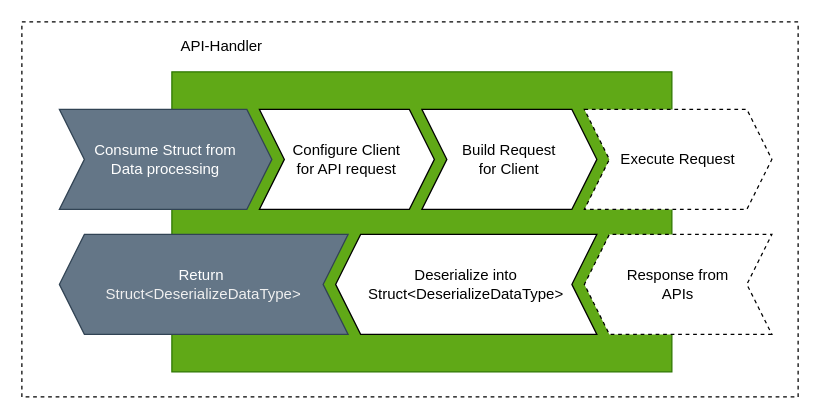
transparencies/transparencies-backend-rs keeps this draw.io diagram as docs/api-handler.drawio. Above is the earlier version. Source tidied: cells renumbered, new cells numbered last; positions are measured from the earlier drawing's top-left corner, leaving out a move shared by most shapes. Both pictures are drawn from the tidied source at 125%, with x=0, y=0 at pixel (21, 21).
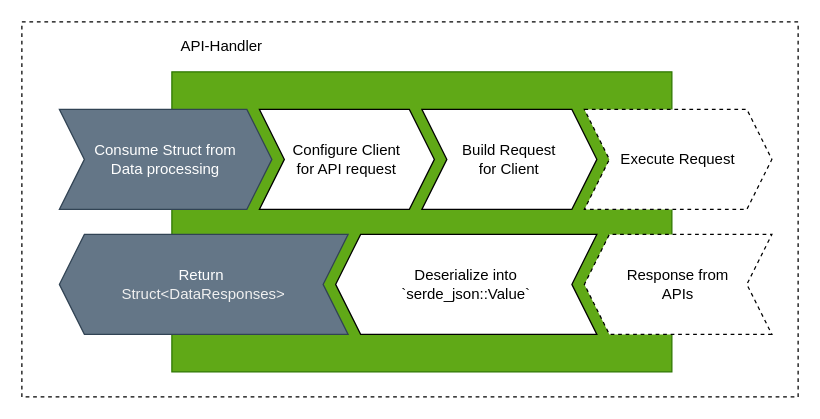
The same diagram, later.

What changed in the source:
```diff
@@
 <mxGraphModel>
   <root>
     <mxCell id="0" />
     <mxCell id="1" parent="0" />
     <mxCell id="2" style="rounded=0;whiteSpace=wrap;html=1;shadow=0;dashed=1;gradientColor=none;" parent="1" vertex="1">
       <mxGeometry width="621" height="300" as="geometry" />
     </mxCell>
     <mxCell id="3" style="rounded=0;whiteSpace=wrap;html=1;fillColor=#60a917;strokeColor=#2D7600;fontColor=#ffffff;" parent="1" vertex="1">
       <mxGeometry x="120" y="40" width="400" height="240" as="geometry" />
     </mxCell>
     <mxCell id="4" value="API-Handler" style="text;html=1;strokeColor=none;fillColor=none;align=center;verticalAlign=middle;whiteSpace=wrap;rounded=0;" parent="1" vertex="1">
       <mxGeometry x="120" y="10" width="80" height="20" as="geometry" />
     </mxCell>
     <mxCell id="5" value="Consume Struct from&lt;br&gt;Data processing" style="shape=step;perimeter=stepPerimeter;whiteSpace=wrap;html=1;fixedSize=1;fillColor=#647687;strokeColor=#314354;fontColor=#ffffff;" parent="1" vertex="1">
       <mxGeometry x="30" y="70" width="170" height="80" as="geometry" />
     </mxCell>
     <mxCell id="6" value="Execute Request" style="shape=step;perimeter=stepPerimeter;whiteSpace=wrap;html=1;fixedSize=1;shadow=0;rounded=0;dashed=1;" parent="1" vertex="1">
       <mxGeometry x="450" y="70" width="150" height="80" as="geometry" />
     </mxCell>
     <mxCell id="7" value="Response from&lt;br&gt;APIs" style="shape=step;perimeter=stepPerimeter;whiteSpace=wrap;html=1;fixedSize=1;direction=west;rounded=0;dashed=1;" parent="1" vertex="1">
       <mxGeometry x="450" y="170" width="150" height="80" as="geometry" />
     </mxCell>
     <mxCell id="8" value="Configure Client&lt;br&gt;for API request" style="shape=step;perimeter=stepPerimeter;whiteSpace=wrap;html=1;fixedSize=1;" parent="1" vertex="1">
       <mxGeometry x="190" y="70" width="140" height="80" as="geometry" />
     </mxCell>
     <mxCell id="9" value="Build Request&lt;br&gt;for Client" style="shape=step;perimeter=stepPerimeter;whiteSpace=wrap;html=1;fixedSize=1;" parent="1" vertex="1">
       <mxGeometry x="320" y="70" width="140" height="80" as="geometry" />
     </mxCell>
-    <mxCell id="10" value="Return&amp;nbsp;&lt;br&gt;&lt;span style=&quot;color: rgb(240 , 240 , 240)&quot;&gt;Struct&amp;lt;DeserializeDataType&amp;gt;&lt;br&gt;&lt;/span&gt;" style="shape=step;perimeter=stepPerimeter;whiteSpace=wrap;html=1;fixedSize=1;direction=west;fillColor=#647687;strokeColor=#314354;fontColor=#ffffff;" parent="1" vertex="1">
+    <mxCell id="10" value="Return&amp;nbsp;&lt;br&gt;&lt;span style=&quot;color: rgb(240 , 240 , 240)&quot;&gt;Struct&amp;lt;DataResponses&amp;gt;&lt;br&gt;&lt;/span&gt;" style="shape=step;perimeter=stepPerimeter;whiteSpace=wrap;html=1;fixedSize=1;direction=west;fillColor=#647687;strokeColor=#314354;fontColor=#ffffff;" parent="1" vertex="1">
       <mxGeometry x="30" y="170" width="231" height="80" as="geometry" />
     </mxCell>
-    <mxCell id="11" value="Deserialize into &lt;br&gt;Struct&amp;lt;DeserializeDataType&amp;gt;" style="shape=step;perimeter=stepPerimeter;whiteSpace=wrap;html=1;fixedSize=1;direction=west;" parent="1" vertex="1">
+    <mxCell id="11" value="Deserialize into &lt;br&gt;`serde_json::Value`" style="shape=step;perimeter=stepPerimeter;whiteSpace=wrap;html=1;fixedSize=1;direction=west;" parent="1" vertex="1">
       <mxGeometry x="251" y="170" width="209" height="80" as="geometry" />
     </mxCell>
   </root>
 </mxGraphModel>
```
